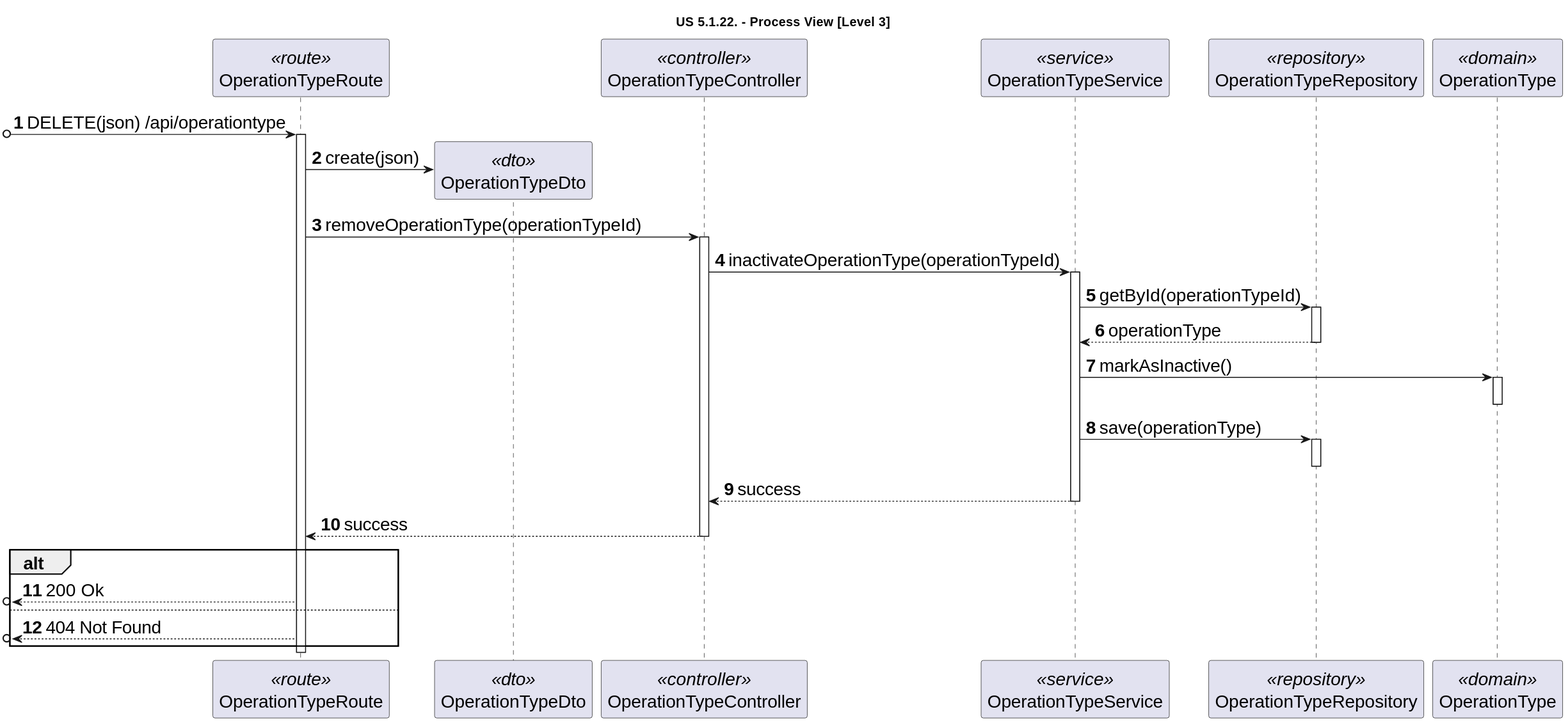
Earlier version of the PlantUML export docs/sprint-1/1220841/us-5.1.22/diagrams/level-3-process-view.svg (rita-barbosa/LAPR5-2425).
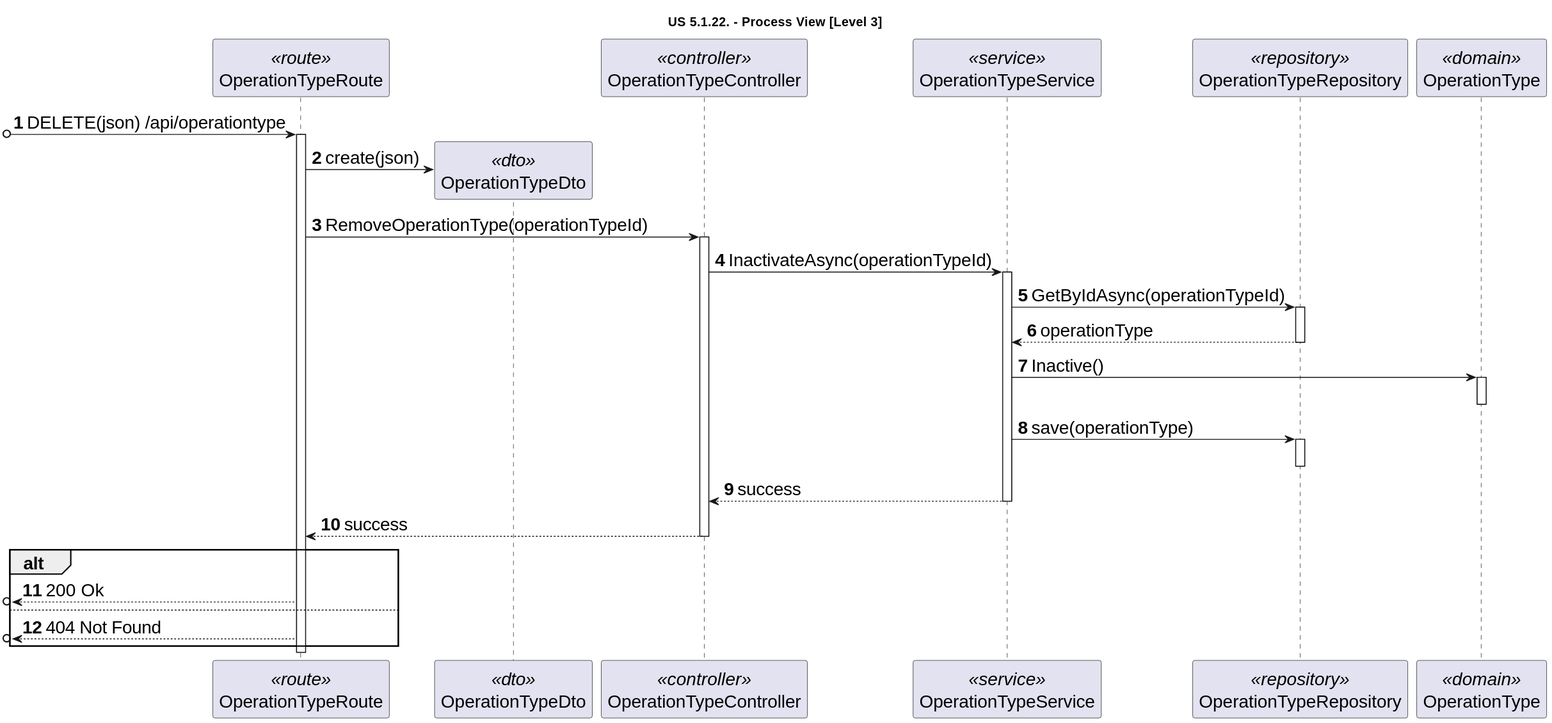
After the commit.

Diff of the diagram source:
```diff
@@ -17,25 +17,24 @@
 
 ROUTE -> pat_dto **: create(json)
 
-ROUTE -> CTRL: removeOperationType(operationTypeId)
+ROUTE -> CTRL: RemoveOperationType(operationTypeId)
 activate CTRL
 
-CTRL -> SVC: inactivateOperationType(operationTypeId)
+CTRL -> SVC: InactivateAsync(operationTypeId)
 activate SVC
 
-SVC -> REPO : getById(operationTypeId)
+SVC -> REPO : GetByIdAsync(operationTypeId)
 activate REPO
 REPO --> SVC : operationType
 deactivate REPO
 
-SVC -> OT: markAsInactive()
+SVC -> OT: Inactive()
 activate OT
 deactivate OT
 
 SVC -> REPO : save(operationType)
 activate REPO
 deactivate REPO
-
 
 SVC --> CTRL: success
 deactivate SVC
```
